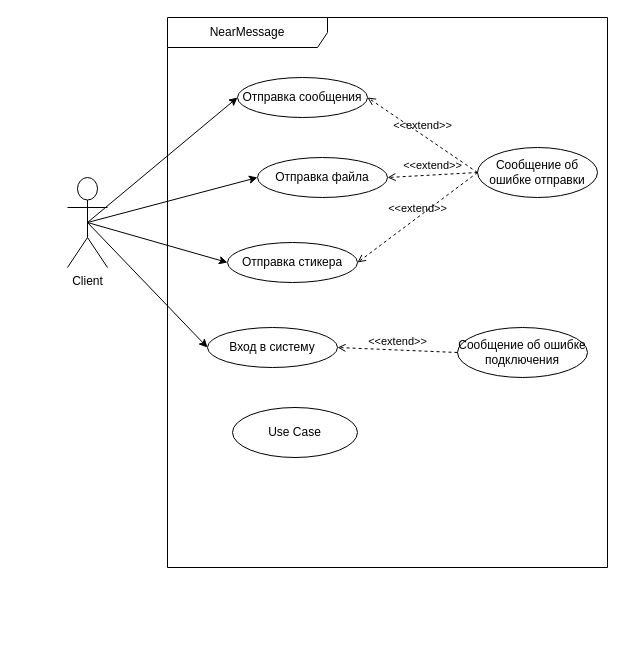
The draw.io diagram NearMessageLogic/Diagrams.drawio in choosenname/NearMessage, before the edit. Source tidied: cells renumbered, new cells numbered last; positions are measured from the earlier drawing's top-left corner, leaving out a move shared by most shapes. Both pictures are drawn from the tidied source at 100%, with x=0, y=0 at pixel (67, 17).
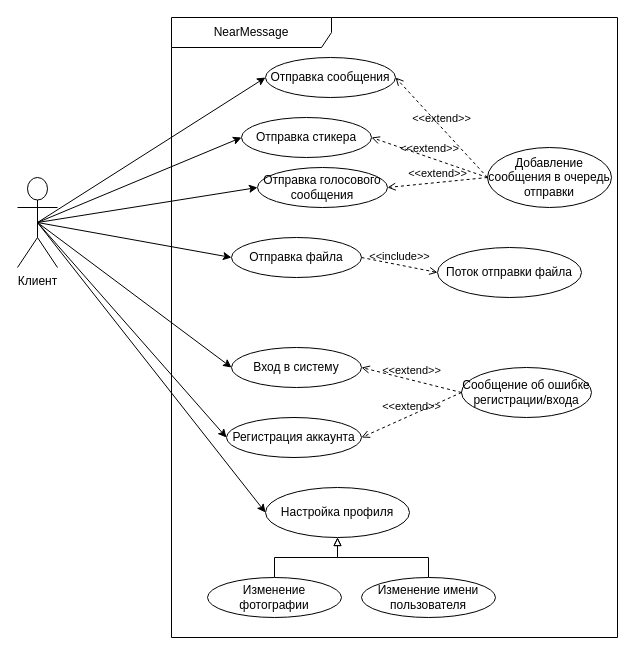
The same page after the edit.

Diff of the diagram source:
```diff
@@
+    <mxCell id="19" style="edgeStyle=none;rounded=0;jettySize=auto;html=1;exitX=0.5;exitY=0.5;exitDx=0;exitDy=0;exitPerimeter=0;entryX=0;entryY=0.5;entryDx=0;entryDy=0;" parent="1" edge="1" source="6" target="22">
+      <mxGeometry relative="1" as="geometry" />
+    </mxCell>
+    <mxCell id="20" style="edgeStyle=none;rounded=0;jettySize=auto;html=1;exitX=0.5;exitY=0.5;exitDx=0;exitDy=0;exitPerimeter=0;entryX=0;entryY=0.5;entryDx=0;entryDy=0;" parent="1" edge="1" source="6" target="24">
+      <mxGeometry relative="1" as="geometry" />
+    </mxCell>
+    <mxCell id="21" style="edgeStyle=none;rounded=0;jettySize=auto;html=1;exitX=0.5;exitY=0.5;exitDx=0;exitDy=0;exitPerimeter=0;entryX=0;entryY=0.5;entryDx=0;entryDy=0;" parent="1" edge="1" source="6" target="28">
+      <mxGeometry relative="1" as="geometry" />
+    </mxCell>
-    <mxCell id="6" value="Client" style="shape=umlActor;verticalLabelPosition=bottom;verticalAlign=top;html=1;" parent="1" vertex="1">
-      <mxGeometry y="160" width="40" height="90" as="geometry" />
+    <mxCell id="6" value="Клиент" style="shape=umlActor;verticalLabelPosition=bottom;verticalAlign=top;html=1;" parent="1" vertex="1">
+      <mxGeometry x="-50" y="160" width="40" height="90" as="geometry" />
     </mxCell>
     <mxCell id="7" value="&lt;div&gt;NearMessage&lt;/div&gt;" style="shape=umlFrame;whiteSpace=wrap;html=1;width=160;" parent="1" vertex="1">
-      <mxGeometry x="100" width="440" height="550" as="geometry" />
+      <mxGeometry x="104" width="446" height="620" as="geometry" />
     </mxCell>
     <mxCell id="8" value="Отправка сообщения" style="ellipse;whiteSpace=wrap;html=1;" parent="7" vertex="1">
-      <mxGeometry x="70" y="60" width="130" height="40" as="geometry" />
+      <mxGeometry x="94" y="40" width="130" height="40" as="geometry" />
     </mxCell>
     <mxCell id="9" value="Отправка файла" style="ellipse;whiteSpace=wrap;html=1;" parent="7" vertex="1">
-      <mxGeometry x="90" y="140" width="130" height="40" as="geometry" />
+      <mxGeometry x="60" y="220" width="130" height="40" as="geometry" />
     </mxCell>
     <mxCell id="10" value="Отправка стикера" style="ellipse;whiteSpace=wrap;html=1;" parent="7" vertex="1">
-      <mxGeometry x="60" y="225" width="130" height="40" as="geometry" />
+      <mxGeometry x="70" y="100" width="130" height="40" as="geometry" />
     </mxCell>
     <mxCell id="11" value="Вход в систему" style="ellipse;whiteSpace=wrap;html=1;" parent="7" vertex="1">
-      <mxGeometry x="40" y="310" width="130" height="40" as="geometry" />
+      <mxGeometry x="60" y="330" width="130" height="40" as="geometry" />
     </mxCell>
-    <mxCell id="12" value="Сообщение об ошибке отправки" style="ellipse;whiteSpace=wrap;html=1;" parent="7" vertex="1">
-      <mxGeometry x="310" y="130" width="120" height="50" as="geometry" />
+    <mxCell id="12" value="Добавление сообщения в очередь отправки" style="ellipse;whiteSpace=wrap;html=1;" parent="7" vertex="1">
+      <mxGeometry x="316" y="130" width="124" height="60" as="geometry" />
     </mxCell>
@@
-    <mxCell id="14" value="&amp;lt;&amp;lt;extend&amp;gt;&amp;gt;" style="html=1;verticalAlign=bottom;labelBackgroundColor=none;endArrow=open;endFill=0;dashed=1;rounded=0;exitX=0;exitY=0.5;exitDx=0;exitDy=0;entryX=1;entryY=0.5;entryDx=0;entryDy=0;" parent="7" edge="1" source="12" target="9">
-      <mxGeometry relative="1" as="geometry" />
-    </mxCell>
@@
-    <mxCell id="16" value="Сообщение об ошибке подключения" style="ellipse;whiteSpace=wrap;html=1;" parent="7" vertex="1">
-      <mxGeometry x="290" y="310" width="130" height="50" as="geometry" />
+    <mxCell id="16" value="Сообщение об ошибке регистрации/входа" style="ellipse;whiteSpace=wrap;html=1;" parent="7" vertex="1">
+      <mxGeometry x="290" y="350" width="130" height="50" as="geometry" />
     </mxCell>
@@
-    <mxCell id="18" value="Use Case" style="ellipse;whiteSpace=wrap;html=1;" parent="7" vertex="1">
-      <mxGeometry x="65" y="390" width="125" height="50" as="geometry" />
-    </mxCell>
+    <mxCell id="22" value="Отправка голосового сообщения" style="ellipse;whiteSpace=wrap;html=1;" parent="7" vertex="1">
+      <mxGeometry x="86" y="150" width="130" height="40" as="geometry" />
+    </mxCell>
+    <mxCell id="23" value="&amp;lt;&amp;lt;extend&amp;gt;&amp;gt;" style="html=1;verticalAlign=bottom;labelBackgroundColor=none;endArrow=open;endFill=0;dashed=1;rounded=0;exitX=0;exitY=0.5;exitDx=0;exitDy=0;entryX=1;entryY=0.5;entryDx=0;entryDy=0;" parent="7" edge="1" source="12" target="22">
+      <mxGeometry relative="1" as="geometry" />
+    </mxCell>
+    <mxCell id="24" value="Регистрация аккаунта" style="ellipse;whiteSpace=wrap;html=1;" parent="7" vertex="1">
+      <mxGeometry x="55" y="400" width="135" height="40" as="geometry" />
+    </mxCell>
+    <mxCell id="25" value="&amp;lt;&amp;lt;extend&amp;gt;&amp;gt;" style="html=1;verticalAlign=bottom;labelBackgroundColor=none;endArrow=open;endFill=0;dashed=1;rounded=0;exitX=0;exitY=0.5;exitDx=0;exitDy=0;entryX=1;entryY=0.5;entryDx=0;entryDy=0;" parent="7" edge="1" source="16" target="24">
+      <mxGeometry relative="1" as="geometry" />
+    </mxCell>
+    <mxCell id="26" value="&amp;lt;&amp;lt;include&amp;gt;&amp;gt;" style="html=1;verticalAlign=bottom;labelBackgroundColor=none;endArrow=open;endFill=0;dashed=1;rounded=0;exitX=1;exitY=0.5;exitDx=0;exitDy=0;entryX=0;entryY=0.5;entryDx=0;entryDy=0;" parent="7" edge="1" source="9" target="27">
+      <mxGeometry relative="1" as="geometry" />
+    </mxCell>
+    <mxCell id="27" value="Поток отправки файла" style="ellipse;whiteSpace=wrap;html=1;" parent="7" vertex="1">
+      <mxGeometry x="266" y="230" width="144" height="50" as="geometry" />
+    </mxCell>
+    <mxCell id="28" value="Настройка профиля" style="ellipse;whiteSpace=wrap;html=1;" parent="7" vertex="1">
+      <mxGeometry x="94" y="470" width="144" height="50" as="geometry" />
+    </mxCell>
+    <mxCell id="29" style="edgeStyle=orthogonalEdgeStyle;rounded=0;jettySize=auto;html=1;exitX=0.5;exitY=0;exitDx=0;exitDy=0;entryX=0.5;entryY=1;entryDx=0;entryDy=0;endArrow=block;endFill=0;" parent="7" edge="1" source="30" target="28">
+      <mxGeometry relative="1" as="geometry" />
+    </mxCell>
+    <mxCell id="30" value="Изменение фотографии" style="ellipse;whiteSpace=wrap;html=1;" parent="7" vertex="1">
+      <mxGeometry x="36" y="560" width="134" height="40" as="geometry" />
+    </mxCell>
+    <mxCell id="31" style="edgeStyle=orthogonalEdgeStyle;rounded=0;jettySize=auto;html=1;exitX=0.5;exitY=0;exitDx=0;exitDy=0;entryX=0.5;entryY=1;entryDx=0;entryDy=0;endArrow=block;endFill=0;" parent="7" edge="1" source="32" target="28">
+      <mxGeometry relative="1" as="geometry" />
+    </mxCell>
+    <mxCell id="32" value="Изменение имени пользователя" style="ellipse;whiteSpace=wrap;html=1;" parent="7" vertex="1">
+      <mxGeometry x="190" y="560" width="134" height="40" as="geometry" />
+    </mxCell>
```
